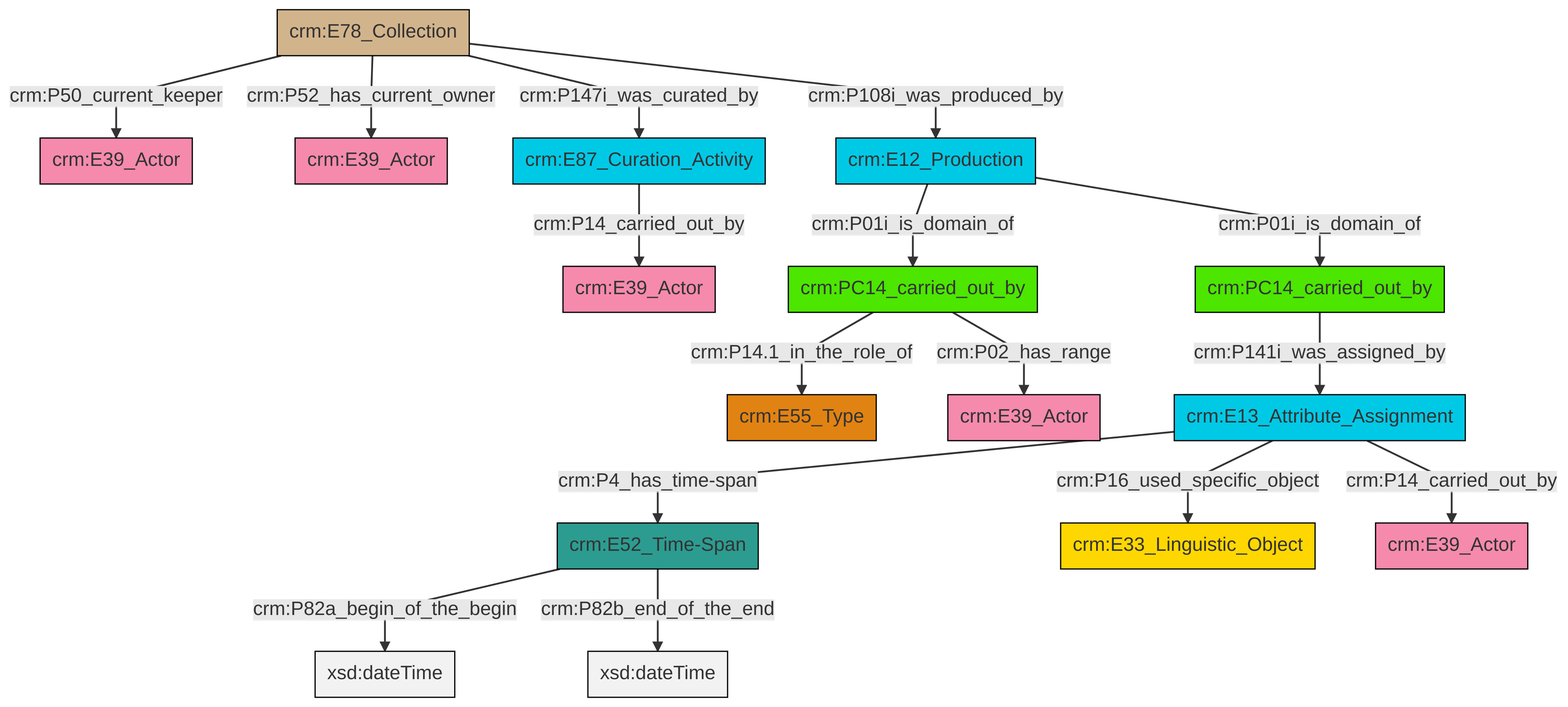
This is et/archivalCSV/ttl/mmd/png/archival_relation.png from swiss-art-research-net/docs.swissartresearch, a Mermaid export, as it was before one commit. Its source is kept beside it as et/archivalCSV/ttl/mmd/archival_relation.ttl.mmd.
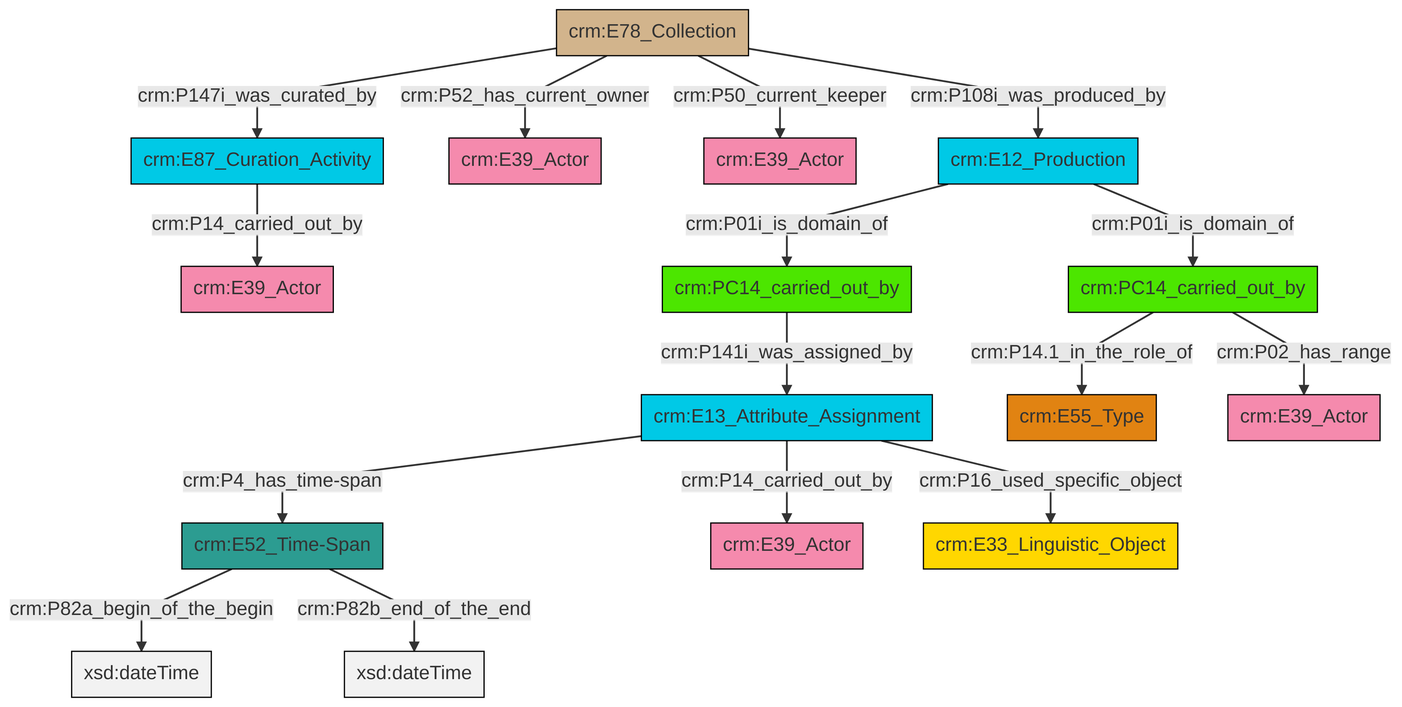
Later version of the same file.

Diff of the diagram source:
```diff
@@ -13,18 +13,18 @@
 classDef PC_Classes fill:#4ce600, stroke:#000000;
 classDef Multi fill:#cccccc,stroke:#000000;
 
-4["crm:E78_Collection"]:::Physical_Thing -->|crm:P50_current_keeper| 5["crm:E39_Actor"]:::Actor
-0["crm:E13_Attribute_Assignment"]:::Temporal_Entity -->|crm:P4_has_time-span| 6["crm:E52_Time-Span"]:::Time-Span
-4["crm:E78_Collection"]:::Physical_Thing -->|crm:P52_has_current_owner| 11["crm:E39_Actor"]:::Actor
-12["crm:PC14_carried_out_by"]:::PC_Classes -->|crm:P14.1_in_the_role_of| 13["crm:E55_Type"]:::Type
-0["crm:E13_Attribute_Assignment"]:::Temporal_Entity -->|crm:P16_used_specific_object| 14["crm:E33_Linguistic_Object"]:::Conceptual_Object
-7["crm:E12_Production"]:::Temporal_Entity -->|crm:P01i_is_domain_of| 12["crm:PC14_carried_out_by"]:::PC_Classes
-6["crm:E52_Time-Span"]:::Time-Span -->|crm:P82a_begin_of_the_begin| 19[xsd:dateTime]:::Literal
-16["crm:E87_Curation_Activity"]:::Temporal_Entity -->|crm:P14_carried_out_by| 21["crm:E39_Actor"]:::Actor
-7["crm:E12_Production"]:::Temporal_Entity -->|crm:P01i_is_domain_of| 25["crm:PC14_carried_out_by"]:::PC_Classes
-25["crm:PC14_carried_out_by"]:::PC_Classes -->|crm:P141i_was_assigned_by| 0["crm:E13_Attribute_Assignment"]:::Temporal_Entity
-4["crm:E78_Collection"]:::Physical_Thing -->|crm:P147i_was_curated_by| 16["crm:E87_Curation_Activity"]:::Temporal_Entity
-0["crm:E13_Attribute_Assignment"]:::Temporal_Entity -->|crm:P14_carried_out_by| 9["crm:E39_Actor"]:::Actor
-6["crm:E52_Time-Span"]:::Time-Span -->|crm:P82b_end_of_the_end| 28[xsd:dateTime]:::Literal
-4["crm:E78_Collection"]:::Physical_Thing -->|crm:P108i_was_produced_by| 7["crm:E12_Production"]:::Temporal_Entity
-12["crm:PC14_carried_out_by"]:::PC_Classes -->|crm:P02_has_range| 2["crm:E39_Actor"]:::Actor
+2["crm:E12_Production"]:::Temporal_Entity -->|crm:P01i_is_domain_of| 3["crm:PC14_carried_out_by"]:::PC_Classes
+3["crm:PC14_carried_out_by"]:::PC_Classes -->|crm:P141i_was_assigned_by| 4["crm:E13_Attribute_Assignment"]:::Temporal_Entity
+6["crm:E78_Collection"]:::Physical_Thing -->|crm:P147i_was_curated_by| 7["crm:E87_Curation_Activity"]:::Temporal_Entity
+6["crm:E78_Collection"]:::Physical_Thing -->|crm:P52_has_current_owner| 8["crm:E39_Actor"]:::Actor
+11["crm:E52_Time-Span"]:::Time-Span -->|crm:P82a_begin_of_the_begin| 12[xsd:dateTime]:::Literal
+4["crm:E13_Attribute_Assignment"]:::Temporal_Entity -->|crm:P4_has_time-span| 11["crm:E52_Time-Span"]:::Time-Span
+7["crm:E87_Curation_Activity"]:::Temporal_Entity -->|crm:P14_carried_out_by| 18["crm:E39_Actor"]:::Actor
+6["crm:E78_Collection"]:::Physical_Thing -->|crm:P50_current_keeper| 19["crm:E39_Actor"]:::Actor
+2["crm:E12_Production"]:::Temporal_Entity -->|crm:P01i_is_domain_of| 21["crm:PC14_carried_out_by"]:::PC_Classes
+21["crm:PC14_carried_out_by"]:::PC_Classes -->|crm:P14.1_in_the_role_of| 22["crm:E55_Type"]:::Type
+11["crm:E52_Time-Span"]:::Time-Span -->|crm:P82b_end_of_the_end| 25[xsd:dateTime]:::Literal
+4["crm:E13_Attribute_Assignment"]:::Temporal_Entity -->|crm:P14_carried_out_by| 9["crm:E39_Actor"]:::Actor
+21["crm:PC14_carried_out_by"]:::PC_Classes -->|crm:P02_has_range| 15["crm:E39_Actor"]:::Actor
+4["crm:E13_Attribute_Assignment"]:::Temporal_Entity -->|crm:P16_used_specific_object| 0["crm:E33_Linguistic_Object"]:::Conceptual_Object
+6["crm:E78_Collection"]:::Physical_Thing -->|crm:P108i_was_produced_by| 2["crm:E12_Production"]:::Temporal_Entity
```
